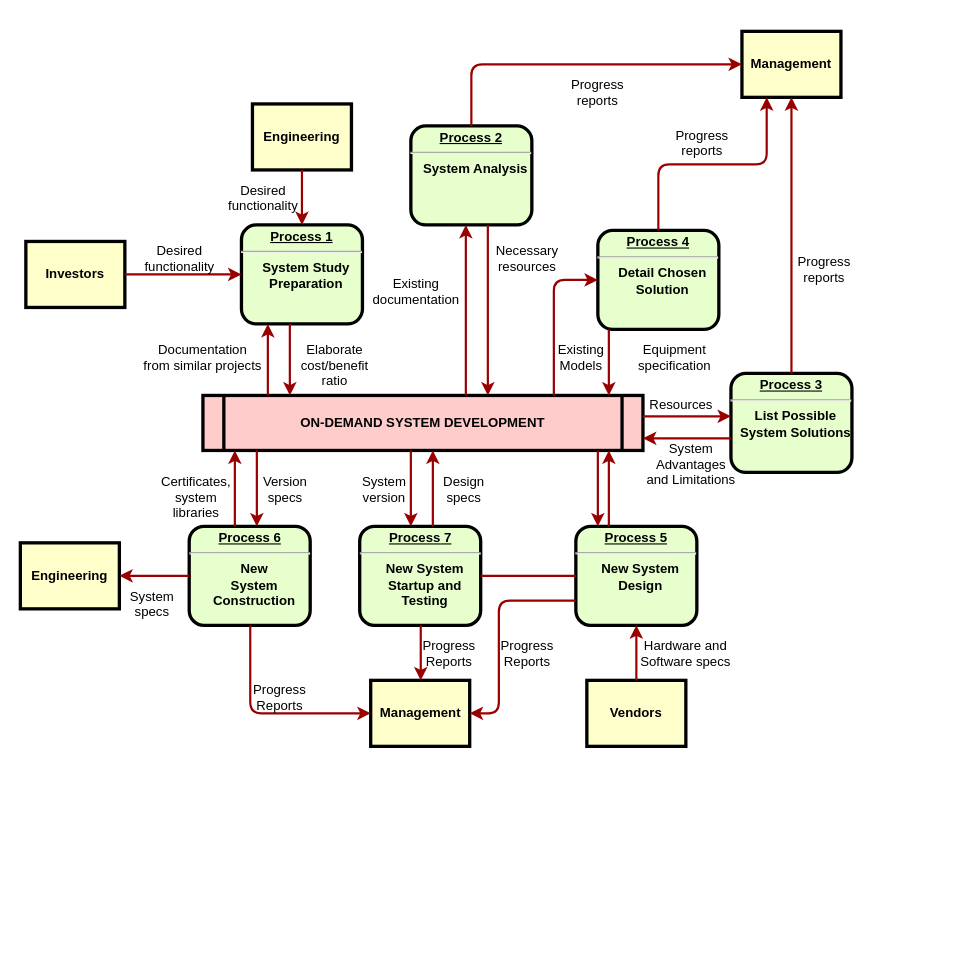
Before: AWS_Quota_Collection_Flow.drawio in wangpengming/drawio, a draw.io diagram. Source tidied: cells renumbered, new cells numbered last; positions are measured from the earlier drawing's top-left corner, leaving out a move shared by most shapes. Both pictures are drawn from the tidied source at 110%, with x=0, y=0 at pixel (20, 31).
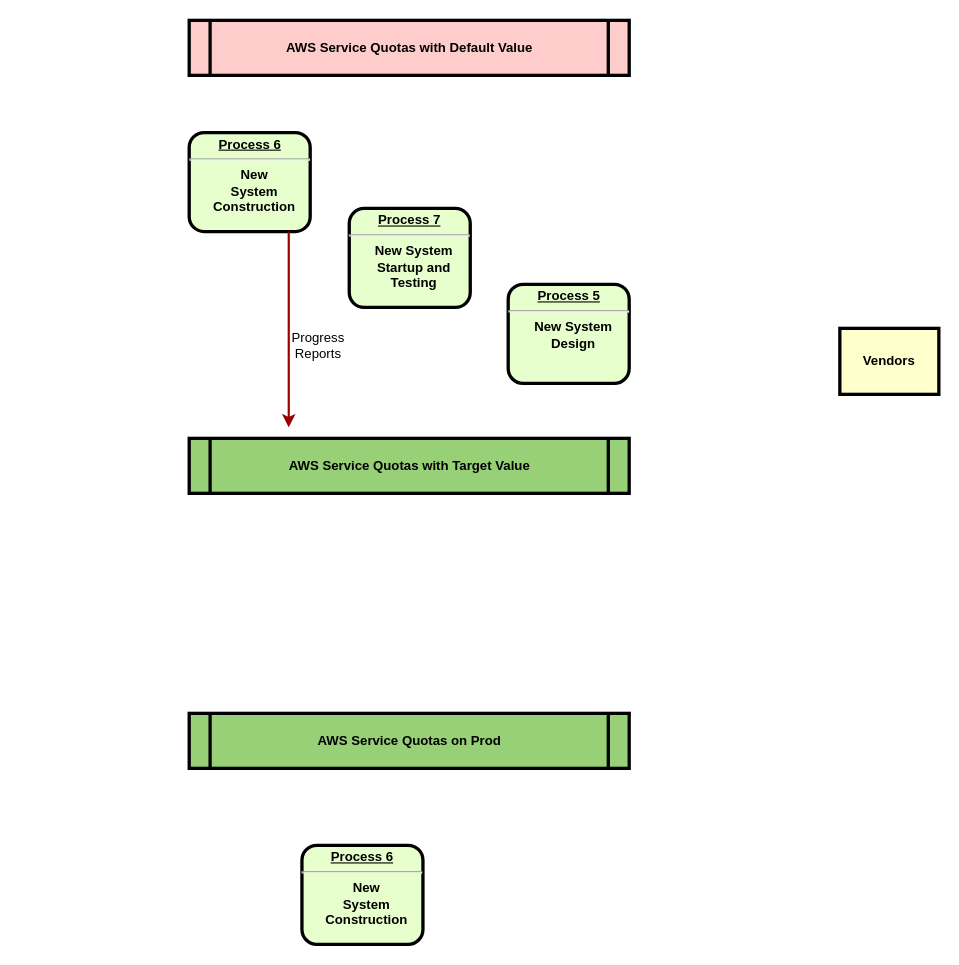
The same diagram, later.

Change to the diagram source:
```diff
@@
-    <mxCell id="2" value="&lt;p style=&quot;margin: 0px; margin-top: 4px; text-align: center; text-decoration: underline;&quot;&gt;&lt;strong&gt;Process 1&lt;br /&gt;&lt;/strong&gt;&lt;/p&gt;&lt;hr /&gt;&lt;p style=&quot;margin: 0px; margin-left: 8px;&quot;&gt;System Study&lt;/p&gt;&lt;p style=&quot;margin: 0px; margin-left: 8px;&quot;&gt;Preparation&lt;/p&gt;" style="verticalAlign=middle;align=center;overflow=fill;fontSize=12;fontFamily=Helvetica;html=1;rounded=1;fontStyle=1;strokeWidth=3;fillColor=#E6FFCC;" parent="1" vertex="1">
-      <mxGeometry x="201" y="176" width="110" height="90" as="geometry" />
-    </mxCell>
-    <mxCell id="3" value="Engineering" style="whiteSpace=wrap;align=center;verticalAlign=middle;fontStyle=1;strokeWidth=3;fillColor=#FFFFCC;" parent="1" vertex="1">
-      <mxGeometry x="211" y="66" width="90" height="60" as="geometry" />
-    </mxCell>
-    <mxCell id="4" value="Investors" style="whiteSpace=wrap;align=center;verticalAlign=middle;fontStyle=1;strokeWidth=3;fillColor=#FFFFCC;" parent="1" vertex="1">
-      <mxGeometry x="5" y="191" width="90" height="60" as="geometry" />
-    </mxCell>
-    <mxCell id="5" value="ON-DEMAND SYSTEM DEVELOPMENT" style="shape=process;whiteSpace=wrap;align=center;verticalAlign=middle;size=0.0475;fontStyle=1;strokeWidth=3;fillColor=#FFCCCC;" parent="1" vertex="1">
-      <mxGeometry x="166" y="331" width="400" height="50" as="geometry" />
+    <mxCell id="5" value="AWS Service Quotas with Default Value" style="shape=process;whiteSpace=wrap;align=center;verticalAlign=middle;size=0.0475;fontStyle=1;strokeWidth=3;fillColor=#FFCCCC;" parent="1" vertex="1">
+      <mxGeometry x="153.5" y="-10" width="400" height="50" as="geometry" />
     </mxCell>
-    <mxCell id="6" value="&lt;p style=&quot;margin: 0px; margin-top: 4px; text-align: center; text-decoration: underline;&quot;&gt;&lt;strong&gt;Process 2&lt;br /&gt;&lt;/strong&gt;&lt;/p&gt;&lt;hr /&gt;&lt;p style=&quot;margin: 0px; margin-left: 8px;&quot;&gt;System Analysis&lt;/p&gt;" style="verticalAlign=middle;align=center;overflow=fill;fontSize=12;fontFamily=Helvetica;html=1;rounded=1;fontStyle=1;strokeWidth=3;fillColor=#E6FFCC;" parent="1" vertex="1">
-      <mxGeometry x="355" y="86" width="110" height="90" as="geometry" />
-    </mxCell>
-    <mxCell id="7" value="&lt;p style=&quot;margin: 0px; margin-top: 4px; text-align: center; text-decoration: underline;&quot;&gt;&lt;strong&gt;&lt;strong&gt;Process&lt;/strong&gt; 3&lt;br /&gt;&lt;/strong&gt;&lt;/p&gt;&lt;hr /&gt;&lt;p style=&quot;margin: 0px; margin-left: 8px;&quot;&gt;List Possible&lt;/p&gt;&lt;p style=&quot;margin: 0px; margin-left: 8px;&quot;&gt;System Solutions&lt;/p&gt;" style="verticalAlign=middle;align=center;overflow=fill;fontSize=12;fontFamily=Helvetica;html=1;rounded=1;fontStyle=1;strokeWidth=3;fillColor=#E6FFCC;" parent="1" vertex="1">
-      <mxGeometry x="646" y="311" width="110" height="90" as="geometry" />
-    </mxCell>
-    <mxCell id="8" value="&lt;p style=&quot;margin: 0px; margin-top: 4px; text-align: center; text-decoration: underline;&quot;&gt;&lt;strong&gt;&lt;strong&gt;Process&lt;/strong&gt; 4&lt;br /&gt;&lt;/strong&gt;&lt;/p&gt;&lt;hr /&gt;&lt;p style=&quot;margin: 0px; margin-left: 8px;&quot;&gt;Detail Chosen&lt;/p&gt;&lt;p style=&quot;margin: 0px; margin-left: 8px;&quot;&gt;Solution&lt;/p&gt;" style="verticalAlign=middle;align=center;overflow=fill;fontSize=12;fontFamily=Helvetica;html=1;rounded=1;fontStyle=1;strokeWidth=3;fillColor=#E6FFCC;" parent="1" vertex="1">
-      <mxGeometry x="525" y="181" width="110" height="90" as="geometry" />
-    </mxCell>
     <mxCell id="9" value="&lt;p style=&quot;margin: 0px; margin-top: 4px; text-align: center; text-decoration: underline;&quot;&gt;&lt;strong&gt;&lt;strong&gt;Process&lt;/strong&gt; 5&lt;br /&gt;&lt;/strong&gt;&lt;/p&gt;&lt;hr /&gt;&lt;p style=&quot;margin: 0px; margin-left: 8px;&quot;&gt;New System&lt;/p&gt;&lt;p style=&quot;margin: 0px; margin-left: 8px;&quot;&gt;Design&lt;/p&gt;" style="verticalAlign=middle;align=center;overflow=fill;fontSize=12;fontFamily=Helvetica;html=1;rounded=1;fontStyle=1;strokeWidth=3;fillColor=#E6FFCC;" parent="1" vertex="1">
-      <mxGeometry x="505" y="450" width="110" height="90" as="geometry" />
+      <mxGeometry x="443.5" y="230" width="110" height="90" as="geometry" />
     </mxCell>
     <mxCell id="10" value="&lt;p style=&quot;margin: 0px; margin-top: 4px; text-align: center; text-decoration: underline;&quot;&gt;&lt;strong&gt;&lt;strong&gt;Process&lt;/strong&gt; 6&lt;br /&gt;&lt;/strong&gt;&lt;/p&gt;&lt;hr /&gt;&lt;p style=&quot;margin: 0px; margin-left: 8px;&quot;&gt;New&lt;/p&gt;&lt;p style=&quot;margin: 0px; margin-left: 8px;&quot;&gt;System&lt;/p&gt;&lt;p style=&quot;margin: 0px; margin-left: 8px;&quot;&gt;Construction&lt;/p&gt;" style="verticalAlign=middle;align=center;overflow=fill;fontSize=12;fontFamily=Helvetica;html=1;rounded=1;fontStyle=1;strokeWidth=3;fillColor=#E6FFCC;" parent="1" vertex="1">
-      <mxGeometry x="153.5" y="450" width="110" height="90" as="geometry" />
+      <mxGeometry x="153.5" y="92" width="110" height="90" as="geometry" />
     </mxCell>
-    <mxCell id="11" value="Management" style="whiteSpace=wrap;align=center;verticalAlign=middle;fontStyle=1;strokeWidth=3;fillColor=#FFFFCC;" parent="1" vertex="1">
-      <mxGeometry x="656" width="90" height="60" as="geometry" />
-    </mxCell>
-    <mxCell id="12" value="Management" style="whiteSpace=wrap;align=center;verticalAlign=middle;fontStyle=1;strokeWidth=3;fillColor=#FFFFCC;" parent="1" vertex="1">
-      <mxGeometry x="318.5" y="590" width="90" height="60" as="geometry" />
-    </mxCell>
-    <mxCell id="13" value="Engineering" style="whiteSpace=wrap;align=center;verticalAlign=middle;fontStyle=1;strokeWidth=3;fillColor=#FFFFCC;" parent="1" vertex="1">
-      <mxGeometry y="465" width="90" height="60" as="geometry" />
-    </mxCell>
     <mxCell id="14" value="Vendors" style="whiteSpace=wrap;align=center;verticalAlign=middle;fontStyle=1;strokeWidth=3;fillColor=#FFFFCC;" parent="1" vertex="1">
-      <mxGeometry x="515" y="590" width="90" height="60" as="geometry" />
+      <mxGeometry x="745" y="270" width="90" height="60" as="geometry" />
     </mxCell>
-    <mxCell id="15" style="edgeStyle=none;noEdgeStyle=1;strokeColor=#990000;strokeWidth=2;" parent="1" edge="1" source="3" target="2">
-      <mxGeometry relative="1" as="geometry" />
-    </mxCell>
-    <mxCell id="16" style="edgeStyle=none;noEdgeStyle=1;strokeColor=#990000;strokeWidth=2;" parent="1" edge="1" source="4" target="2">
-      <mxGeometry relative="1" as="geometry" />
-    </mxCell>
     <mxCell id="17" value="&lt;p style=&quot;margin: 0px; margin-top: 4px; text-align: center; text-decoration: underline;&quot;&gt;&lt;strong&gt;&lt;strong&gt;Process&lt;/strong&gt; 7&lt;br /&gt;&lt;/strong&gt;&lt;/p&gt;&lt;hr /&gt;&lt;p style=&quot;margin: 0px; margin-left: 8px;&quot;&gt;New System&lt;/p&gt;&lt;p style=&quot;margin: 0px; margin-left: 8px;&quot;&gt;Startup and&lt;/p&gt;&lt;p style=&quot;margin: 0px; margin-left: 8px;&quot;&gt;Testing&lt;/p&gt;" style="verticalAlign=middle;align=center;overflow=fill;fontSize=12;fontFamily=Helvetica;html=1;rounded=1;fontStyle=1;strokeWidth=3;fillColor=#E6FFCC;" parent="1" vertex="1">
-      <mxGeometry x="308.5" y="450" width="110" height="90" as="geometry" />
+      <mxGeometry x="299" y="161" width="110" height="90" as="geometry" />
     </mxCell>
-    <mxCell id="18" style="endArrow=none;noEdgeStyle=1;strokeColor=#990000;strokeWidth=2;" parent="1" edge="1" source="9" target="17">
-      <mxGeometry relative="1" as="geometry" />
-    </mxCell>
-    <mxCell id="19" value="Desired &#10;functionality" style="text;spacingTop=-5;align=center;" parent="1" vertex="1">
-      <mxGeometry x="130" y="191" width="30" height="20" as="geometry" />
-    </mxCell>
-    <mxCell id="20" value="Desired &#10;functionality" style="text;spacingTop=-5;align=center;" parent="1" vertex="1">
-      <mxGeometry x="206" y="136" width="30" height="20" as="geometry" />
-    </mxCell>
-    <mxCell id="21" value="Documentation&#10;from similar projects" style="text;spacingTop=-5;align=center;" parent="1" vertex="1">
-      <mxGeometry x="151" y="281" width="30" height="20" as="geometry" />
-    </mxCell>
-    <mxCell id="22" style="edgeStyle=elbowEdgeStyle;elbow=horizontal;strokeColor=#990000;strokeWidth=2;" parent="1" edge="1" source="5" target="2">
-      <mxGeometry relative="1" as="geometry">
-        <Array as="points">
-          <mxPoint x="225" y="310" />
-        </Array>
-      </mxGeometry>
-    </mxCell>
-    <mxCell id="23" style="edgeStyle=elbowEdgeStyle;elbow=horizontal;strokeColor=#990000;strokeWidth=2;" parent="1" edge="1" source="2" target="5">
-      <mxGeometry relative="1" as="geometry">
-        <Array as="points">
-          <mxPoint x="245" y="300" />
-        </Array>
-      </mxGeometry>
-    </mxCell>
-    <mxCell id="24" value="Elaborate&#10;cost/benefit&#10;ratio" style="text;spacingTop=-5;align=center;" parent="1" vertex="1">
-      <mxGeometry x="271" y="281" width="30" height="20" as="geometry" />
-    </mxCell>
-    <mxCell id="25" style="edgeStyle=elbowEdgeStyle;elbow=horizontal;strokeColor=#990000;strokeWidth=2;" parent="1" edge="1" source="5" target="6">
-      <mxGeometry relative="1" as="geometry">
-        <Array as="points">
-          <mxPoint x="405" y="250" />
-        </Array>
-      </mxGeometry>
-    </mxCell>
-    <mxCell id="26" style="edgeStyle=elbowEdgeStyle;elbow=horizontal;strokeColor=#990000;strokeWidth=2;" parent="1" edge="1" source="6" target="5">
-      <mxGeometry relative="1" as="geometry">
-        <Array as="points">
-          <mxPoint x="425" y="260" />
-        </Array>
-      </mxGeometry>
-    </mxCell>
-    <mxCell id="27" value="Existing&#10;documentation" style="text;spacingTop=-5;align=center;" parent="1" vertex="1">
-      <mxGeometry x="345" y="221" width="30" height="20" as="geometry" />
-    </mxCell>
-    <mxCell id="28" value="Necessary&#10;resources" style="text;spacingTop=-5;align=center;" parent="1" vertex="1">
-      <mxGeometry x="446" y="191" width="30" height="20" as="geometry" />
-    </mxCell>
-    <mxCell id="29" value="Progress&#10;reports" style="text;spacingTop=-5;align=center;" parent="1" vertex="1">
-      <mxGeometry x="510" y="40" width="30" height="20" as="geometry" />
-    </mxCell>
-    <mxCell id="30" value="Progress&#10;reports" style="text;spacingTop=-5;align=center;" parent="1" vertex="1">
-      <mxGeometry x="605" y="86" width="30" height="20" as="geometry" />
-    </mxCell>
-    <mxCell id="31" value="Progress&#10;reports" style="text;spacingTop=-5;align=center;" parent="1" vertex="1">
-      <mxGeometry x="716" y="201" width="30" height="20" as="geometry" />
-    </mxCell>
-    <mxCell id="32" style="edgeStyle=elbowEdgeStyle;elbow=horizontal;strokeColor=#990000;strokeWidth=2;" parent="1" edge="1" source="6" target="11">
-      <mxGeometry relative="1" as="geometry">
-        <Array as="points">
-          <mxPoint x="410" y="80" />
-        </Array>
-      </mxGeometry>
-    </mxCell>
-    <mxCell id="33" style="edgeStyle=elbowEdgeStyle;elbow=vertical;entryX=0.25;entryY=1;strokeColor=#990000;strokeWidth=2;" parent="1" edge="1" source="8" target="11">
-      <mxGeometry relative="1" as="geometry" />
-    </mxCell>
-    <mxCell id="34" style="edgeStyle=elbowEdgeStyle;elbow=horizontal;strokeColor=#990000;strokeWidth=2;" parent="1" edge="1" source="7" target="11">
-      <mxGeometry relative="1" as="geometry" />
-    </mxCell>
-    <mxCell id="35" style="edgeStyle=elbowEdgeStyle;elbow=horizontal;strokeColor=#990000;strokeWidth=2;" parent="1" edge="1" source="8" target="5">
-      <mxGeometry relative="1" as="geometry">
-        <Array as="points">
-          <mxPoint x="535" y="300" />
-        </Array>
-      </mxGeometry>
-    </mxCell>
-    <mxCell id="36" style="edgeStyle=segmentEdgeStyle;strokeColor=#990000;strokeWidth=2;" parent="1" edge="1" source="5" target="8">
-      <mxGeometry relative="1" as="geometry">
-        <Array as="points">
-          <mxPoint x="485" y="226" />
-        </Array>
-      </mxGeometry>
-    </mxCell>
-    <mxCell id="37" value="Existing&#10;Models" style="text;spacingTop=-5;align=center;" parent="1" vertex="1">
-      <mxGeometry x="495" y="281" width="30" height="20" as="geometry" />
-    </mxCell>
-    <mxCell id="38" value="Equipment&#10;specification" style="text;spacingTop=-5;align=center;" parent="1" vertex="1">
-      <mxGeometry x="580" y="281" width="30" height="20" as="geometry" />
-    </mxCell>
-    <mxCell id="39" style="edgeStyle=elbowEdgeStyle;elbow=vertical;strokeColor=#990000;strokeWidth=2;" parent="1" edge="1" source="5" target="7">
-      <mxGeometry relative="1" as="geometry">
-        <Array as="points">
-          <mxPoint x="615" y="350" />
-        </Array>
-      </mxGeometry>
-    </mxCell>
-    <mxCell id="40" style="edgeStyle=elbowEdgeStyle;elbow=vertical;strokeColor=#990000;strokeWidth=2;" parent="1" edge="1" source="7" target="5">
-      <mxGeometry relative="1" as="geometry">
-        <Array as="points">
-          <mxPoint x="615" y="370" />
-        </Array>
-      </mxGeometry>
-    </mxCell>
-    <mxCell id="41" value="Resources" style="text;spacingTop=-5;align=center;" parent="1" vertex="1">
-      <mxGeometry x="586" y="331" width="30" height="20" as="geometry" />
-    </mxCell>
-    <mxCell id="42" value="System &#10;Advantages &#10;and Limitations" style="text;spacingTop=-5;align=center;" parent="1" vertex="1">
-      <mxGeometry x="595" y="371" width="30" height="20" as="geometry" />
-    </mxCell>
-    <mxCell id="43" style="edgeStyle=elbowEdgeStyle;elbow=horizontal;strokeColor=#990000;strokeWidth=2;" parent="1" edge="1" source="9" target="5">
-      <mxGeometry relative="1" as="geometry">
-        <Array as="points">
-          <mxPoint x="535" y="410" />
-        </Array>
-      </mxGeometry>
-    </mxCell>
-    <mxCell id="44" style="edgeStyle=elbowEdgeStyle;elbow=horizontal;strokeColor=#990000;strokeWidth=2;" parent="1" edge="1" source="5" target="9">
-      <mxGeometry relative="1" as="geometry">
-        <Array as="points">
-          <mxPoint x="525" y="420" />
-        </Array>
-      </mxGeometry>
-    </mxCell>
-    <mxCell id="45" style="edgeStyle=elbowEdgeStyle;elbow=horizontal;strokeColor=#990000;strokeWidth=2;" parent="1" edge="1" source="14" target="9">
-      <mxGeometry relative="1" as="geometry" />
-    </mxCell>
-    <mxCell id="46" value="Hardware and&#10;Software specs" style="text;spacingTop=-5;align=center;" parent="1" vertex="1">
-      <mxGeometry x="590" y="550" width="30" height="20" as="geometry" />
-    </mxCell>
-    <mxCell id="47" style="edgeStyle=elbowEdgeStyle;elbow=horizontal;exitX=0;exitY=0.75;strokeColor=#990000;strokeWidth=2;" parent="1" edge="1" source="9" target="12">
-      <mxGeometry relative="1" as="geometry">
-        <Array as="points">
-          <mxPoint x="435" y="570" />
-        </Array>
-      </mxGeometry>
-    </mxCell>
-    <mxCell id="48" value="Progress&#10;Reports" style="text;spacingTop=-5;align=center;" parent="1" vertex="1">
-      <mxGeometry x="446" y="550" width="30" height="20" as="geometry" />
-    </mxCell>
-    <mxCell id="49" style="edgeStyle=elbowEdgeStyle;elbow=horizontal;strokeColor=#990000;strokeWidth=2;" parent="1" edge="1" source="17" target="12">
-      <mxGeometry relative="1" as="geometry" />
-    </mxCell>
-    <mxCell id="50" value="Progress&#10;Reports" style="text;spacingTop=-5;align=center;" parent="1" vertex="1">
-      <mxGeometry x="375" y="550" width="30" height="20" as="geometry" />
-    </mxCell>
-    <mxCell id="51" style="edgeStyle=elbowEdgeStyle;elbow=horizontal;strokeColor=#990000;strokeWidth=2;" parent="1" edge="1" source="10" target="12">
+    <mxCell id="51" style="edgeStyle=elbowEdgeStyle;elbow=horizontal;strokeColor=#990000;strokeWidth=2;" parent="1" edge="1" source="10">
       <mxGeometry relative="1" as="geometry">
+        <mxPoint x="244" y="360" as="targetPoint" />
         <Array as="points">
-          <mxPoint x="209" y="570" />
+          <mxPoint x="244" y="250" />
         </Array>
       </mxGeometry>
     </mxCell>
     <mxCell id="52" value="Progress&#10;Reports" style="text;spacingTop=-5;align=center;" parent="1" vertex="1">
-      <mxGeometry x="221" y="590" width="30" height="20" as="geometry" />
+      <mxGeometry x="256" y="270" width="30" height="20" as="geometry" />
     </mxCell>
-    <mxCell id="53" style="edgeStyle=elbowEdgeStyle;elbow=vertical;strokeColor=#990000;strokeWidth=2;" parent="1" edge="1" source="10" target="13">
-      <mxGeometry relative="1" as="geometry" />
-    </mxCell>
-    <mxCell id="54" style="edgeStyle=elbowEdgeStyle;elbow=horizontal;strokeColor=#990000;strokeWidth=2;" parent="1" edge="1" source="5" target="17">
-      <mxGeometry relative="1" as="geometry">
-        <Array as="points">
-          <mxPoint x="355" y="410" />
-        </Array>
-      </mxGeometry>
-    </mxCell>
-    <mxCell id="55" style="edgeStyle=elbowEdgeStyle;elbow=horizontal;strokeColor=#990000;strokeWidth=2;" parent="1" edge="1" source="17" target="5">
-      <mxGeometry relative="1" as="geometry">
-        <Array as="points">
-          <mxPoint x="375" y="410" />
-        </Array>
-      </mxGeometry>
-    </mxCell>
-    <mxCell id="56" value="Version&#10;specs" style="text;spacingTop=-5;align=center;" parent="1" vertex="1">
-      <mxGeometry x="226" y="401" width="30" height="20" as="geometry" />
-    </mxCell>
-    <mxCell id="57" value="Certificates,&#10;system&#10;libraries" style="text;spacingTop=-5;align=center;" parent="1" vertex="1">
-      <mxGeometry x="145" y="401" width="30" height="20" as="geometry" />
-    </mxCell>
-    <mxCell id="58" style="edgeStyle=elbowEdgeStyle;elbow=horizontal;strokeColor=#990000;strokeWidth=2;" parent="1" edge="1" source="5" target="10">
-      <mxGeometry relative="1" as="geometry">
-        <Array as="points">
-          <mxPoint x="215" y="410" />
-        </Array>
-      </mxGeometry>
-    </mxCell>
-    <mxCell id="59" style="edgeStyle=elbowEdgeStyle;elbow=horizontal;strokeColor=#990000;strokeWidth=2;" parent="1" edge="1" source="10" target="5">
-      <mxGeometry relative="1" as="geometry">
-        <Array as="points">
-          <mxPoint x="195" y="410" />
-        </Array>
-      </mxGeometry>
-    </mxCell>
-    <mxCell id="60" value="System&#10;specs" style="text;spacingTop=-5;align=center;" parent="1" vertex="1">
-      <mxGeometry x="105" y="505" width="30" height="20" as="geometry" />
-    </mxCell>
-    <mxCell id="61" value="Design&#10;specs" style="text;spacingTop=-5;align=center;" parent="1" vertex="1">
-      <mxGeometry x="388.5" y="401" width="30" height="20" as="geometry" />
-    </mxCell>
-    <mxCell id="62" value="System&#10;version" style="text;spacingTop=-5;align=center;" parent="1" vertex="1">
-      <mxGeometry x="316" y="401" width="30" height="20" as="geometry" />
-    </mxCell>
+    <mxCell id="63" value="AWS Service Quotas with Target Value" style="shape=process;whiteSpace=wrap;align=center;verticalAlign=middle;size=0.0475;fontStyle=1;strokeWidth=3;fillColor=#97D077;" parent="1" vertex="1">
+      <mxGeometry x="153.5" y="370" width="400" height="50" as="geometry" />
+    </mxCell>
+    <mxCell id="64" value="AWS Service Quotas on Prod" style="shape=process;whiteSpace=wrap;align=center;verticalAlign=middle;size=0.0475;fontStyle=1;strokeWidth=3;fillColor=#97D077;" parent="1" vertex="1">
+      <mxGeometry x="153.5" y="620" width="400" height="50" as="geometry" />
+    </mxCell>
+    <mxCell id="65" value="&lt;p style=&quot;margin: 0px; margin-top: 4px; text-align: center; text-decoration: underline;&quot;&gt;&lt;strong&gt;&lt;strong&gt;Process&lt;/strong&gt; 6&lt;br /&gt;&lt;/strong&gt;&lt;/p&gt;&lt;hr /&gt;&lt;p style=&quot;margin: 0px; margin-left: 8px;&quot;&gt;New&lt;/p&gt;&lt;p style=&quot;margin: 0px; margin-left: 8px;&quot;&gt;System&lt;/p&gt;&lt;p style=&quot;margin: 0px; margin-left: 8px;&quot;&gt;Construction&lt;/p&gt;" style="verticalAlign=middle;align=center;overflow=fill;fontSize=12;fontFamily=Helvetica;html=1;rounded=1;fontStyle=1;strokeWidth=3;fillColor=#E6FFCC;" parent="1" vertex="1">
+      <mxGeometry x="256" y="740" width="110" height="90" as="geometry" />
+    </mxCell>
```
